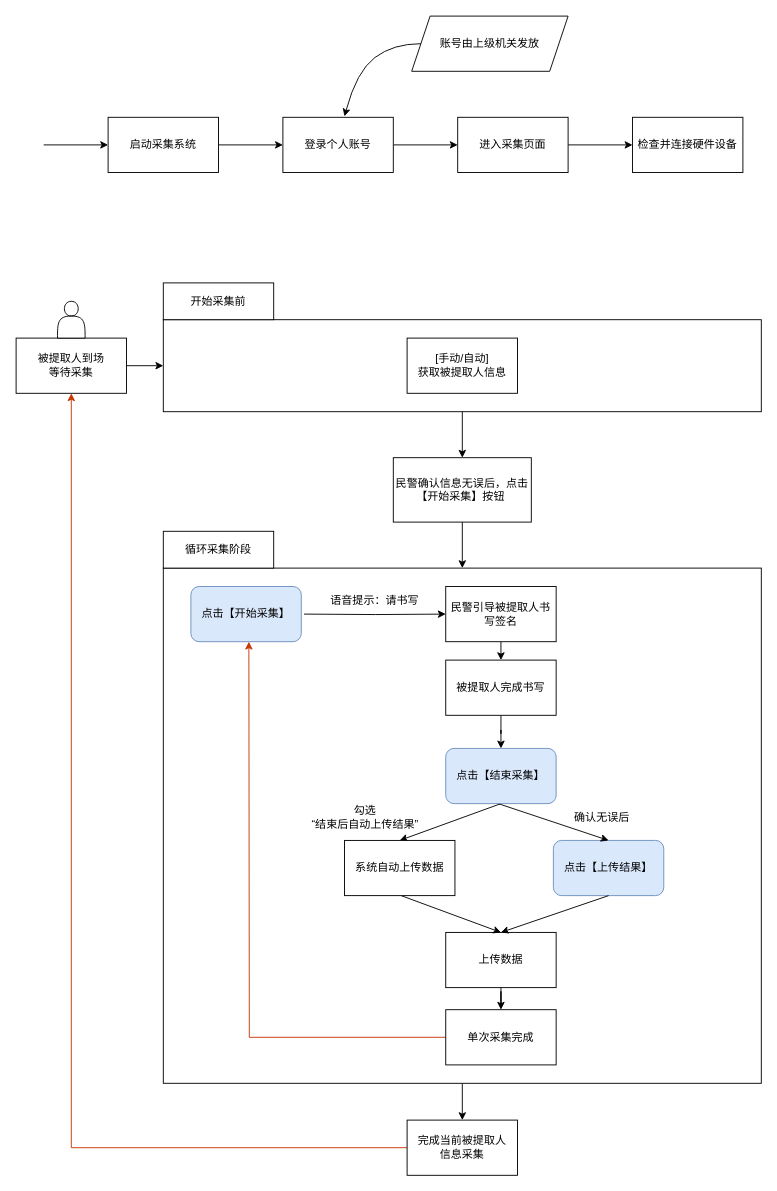
Before: JX_dataCollectSimple.drawio in 15140252710/OneGithubProject, a draw.io diagram. Source tidied: cells renumbered, new cells numbered last; positions are measured from the earlier drawing's top-left corner, leaving out a move shared by most shapes. Both pictures are drawn from the tidied source at 92%, with x=0, y=0 at pixel (16, 16).
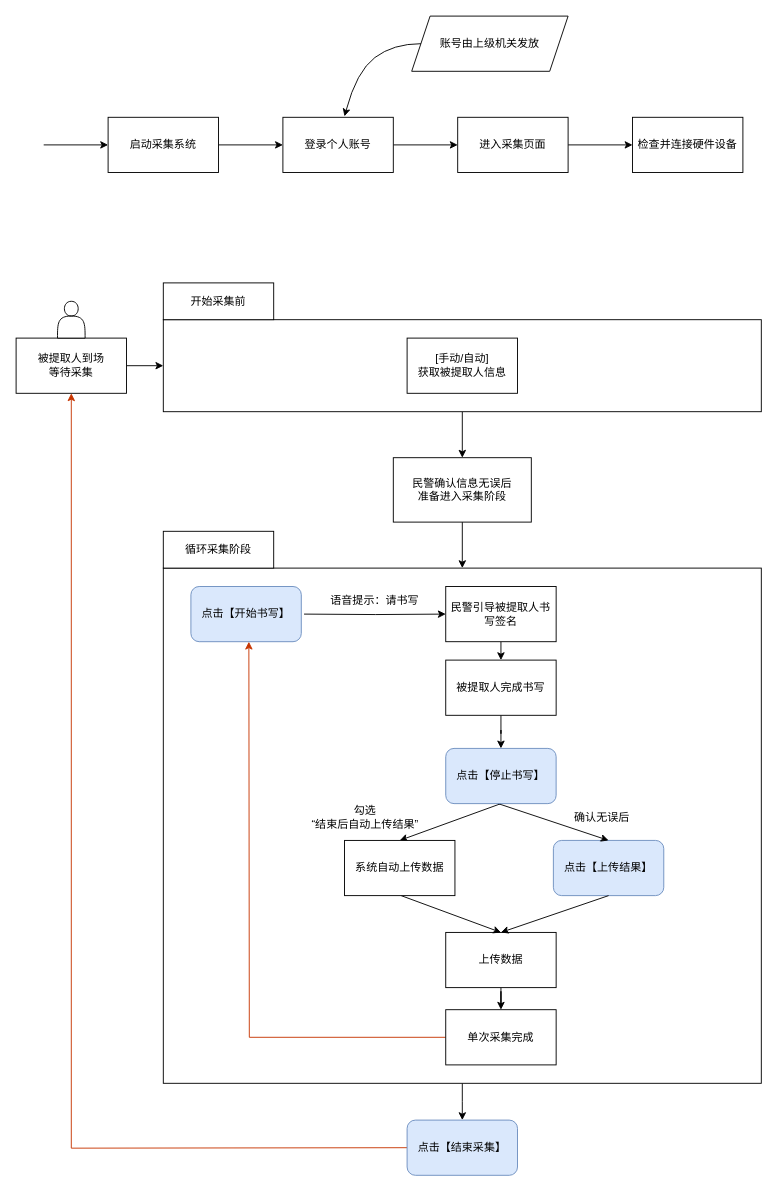
The same page after the edit.

Unchanged cells that the change refers to:
```xml
<mxCell id="12" value="被提取人到场&lt;div&gt;等待采集&lt;/div&gt;" style="rounded=0;whiteSpace=wrap;html=1;" parent="1" vertex="1">
  <mxGeometry y="350" width="120" height="60" as="geometry" />
</mxCell>
<mxCell id="23" style="rounded=0;whiteSpace=wrap;html=1;" parent="1" vertex="1">
  <mxGeometry x="160" y="600" width="650" height="560" as="geometry" />
</mxCell>
```

What changed in the source:
```diff
@@
-    <mxCell id="21" value="民警确认信息无误后，点击&lt;div&gt;【开始采集】按钮&amp;nbsp;&lt;/div&gt;" style="rounded=0;whiteSpace=wrap;html=1;" parent="1" vertex="1">
+    <mxCell id="21" value="民警确认信息无误后&lt;div&gt;准备进入采集阶段&lt;/div&gt;" style="rounded=0;whiteSpace=wrap;html=1;" parent="1" vertex="1">
       <mxGeometry x="410" y="480" width="150" height="70" as="geometry" />
     </mxCell>
-    <mxCell id="22" style="edgeStyle=orthogonalEdgeStyle;rounded=0;jettySize=auto;html=1;exitX=0.5;exitY=1;exitDx=0;exitDy=0;entryX=0.5;entryY=0;entryDx=0;entryDy=0;" parent="1" edge="1" source="23" target="46">
-      <mxGeometry relative="1" as="geometry" />
+    <mxCell id="22" style="edgeStyle=orthogonalEdgeStyle;rounded=0;jettySize=auto;html=1;exitX=0.5;exitY=1;exitDx=0;exitDy=0;entryX=0.5;entryY=0;entryDx=0;entryDy=0;" parent="1" edge="1" source="23">
+      <mxGeometry relative="1" as="geometry">
+        <mxPoint x="485" y="1200" as="targetPoint" />
+      </mxGeometry>
     </mxCell>
@@
-    <mxCell id="38" value="点击【结束采集】" style="rounded=1;whiteSpace=wrap;html=1;fillColor=#dae8fc;strokeColor=#6c8ebf;" parent="1" vertex="1">
+    <mxCell id="38" value="点击【停止书写】" style="rounded=1;whiteSpace=wrap;html=1;fillColor=#dae8fc;strokeColor=#6c8ebf;" parent="1" vertex="1">
       <mxGeometry x="467" y="796" width="120" height="60" as="geometry" />
     </mxCell>
@@
-    <mxCell id="41" value="点击【开始采集】" style="rounded=1;whiteSpace=wrap;html=1;fillColor=#dae8fc;strokeColor=#6c8ebf;" parent="1" vertex="1">
+    <mxCell id="41" value="点击【开始书写】" style="rounded=1;whiteSpace=wrap;html=1;fillColor=#dae8fc;strokeColor=#6c8ebf;" parent="1" vertex="1">
       <mxGeometry x="190" y="620" width="120" height="60" as="geometry" />
     </mxCell>
@@
-    <mxCell id="45" style="edgeStyle=orthogonalEdgeStyle;rounded=0;jettySize=auto;html=1;exitX=0;exitY=0.5;exitDx=0;exitDy=0;entryX=0.5;entryY=1;entryDx=0;entryDy=0;strokeColor=#C73500;" parent="1" edge="1" source="46" target="12">
-      <mxGeometry relative="1" as="geometry" />
+    <mxCell id="45" style="edgeStyle=orthogonalEdgeStyle;rounded=0;jettySize=auto;html=1;exitX=0;exitY=0.5;exitDx=0;exitDy=0;entryX=0.5;entryY=1;entryDx=0;entryDy=0;strokeColor=#C73500;" parent="1" edge="1" target="12">
+      <mxGeometry relative="1" as="geometry">
+        <mxPoint x="425" y="1230" as="sourcePoint" />
+      </mxGeometry>
     </mxCell>
-    <mxCell id="46" value="完成当前被提取&lt;span style=&quot;background-color: transparent; color: light-dark(rgb(0, 0, 0), rgb(255, 255, 255));&quot;&gt;人&lt;/span&gt;&lt;div&gt;&lt;span style=&quot;background-color: transparent; color: light-dark(rgb(0, 0, 0), rgb(255, 255, 255));&quot;&gt;信息采集&lt;/span&gt;&lt;/div&gt;" style="rounded=0;whiteSpace=wrap;html=1;" parent="1" vertex="1">
-      <mxGeometry x="425" y="1200" width="120" height="60" as="geometry" />
-    </mxCell>
@@
+    <mxCell id="48" value="点击【结束采集】" style="rounded=1;whiteSpace=wrap;html=1;fillColor=#dae8fc;strokeColor=#6c8ebf;" parent="1" vertex="1">
+      <mxGeometry x="425" y="1200" width="120" height="60" as="geometry" />
+    </mxCell>
```
